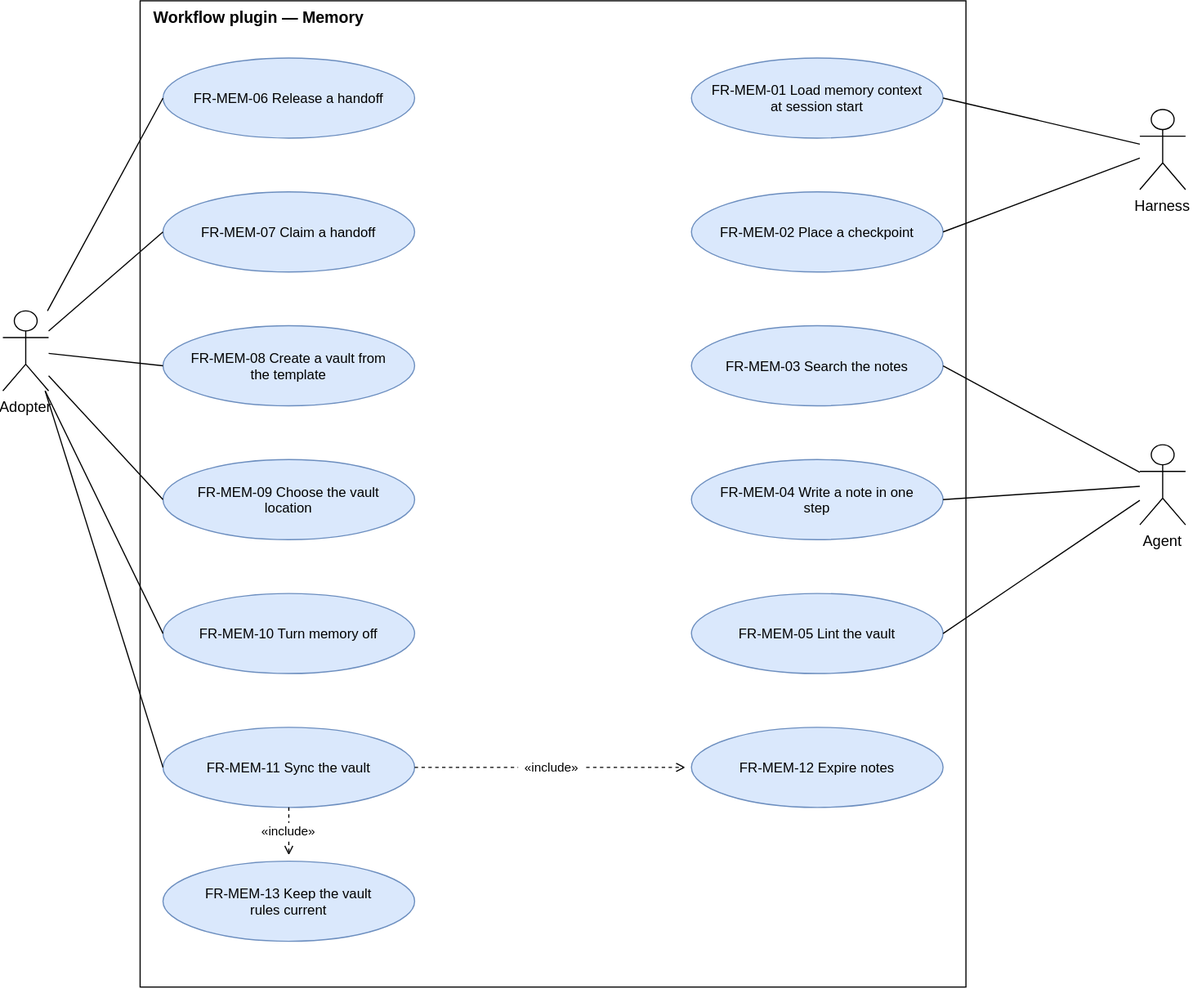
Earlier version of the draw.io export docs/requirements/diagrams/use-cases-memory.drawio.svg (ATNexusLab/tightship). Source tidied: cells renumbered, new cells last; positions are measured from the earlier drawing's top-left corner, leaving out a move shared by most shapes.
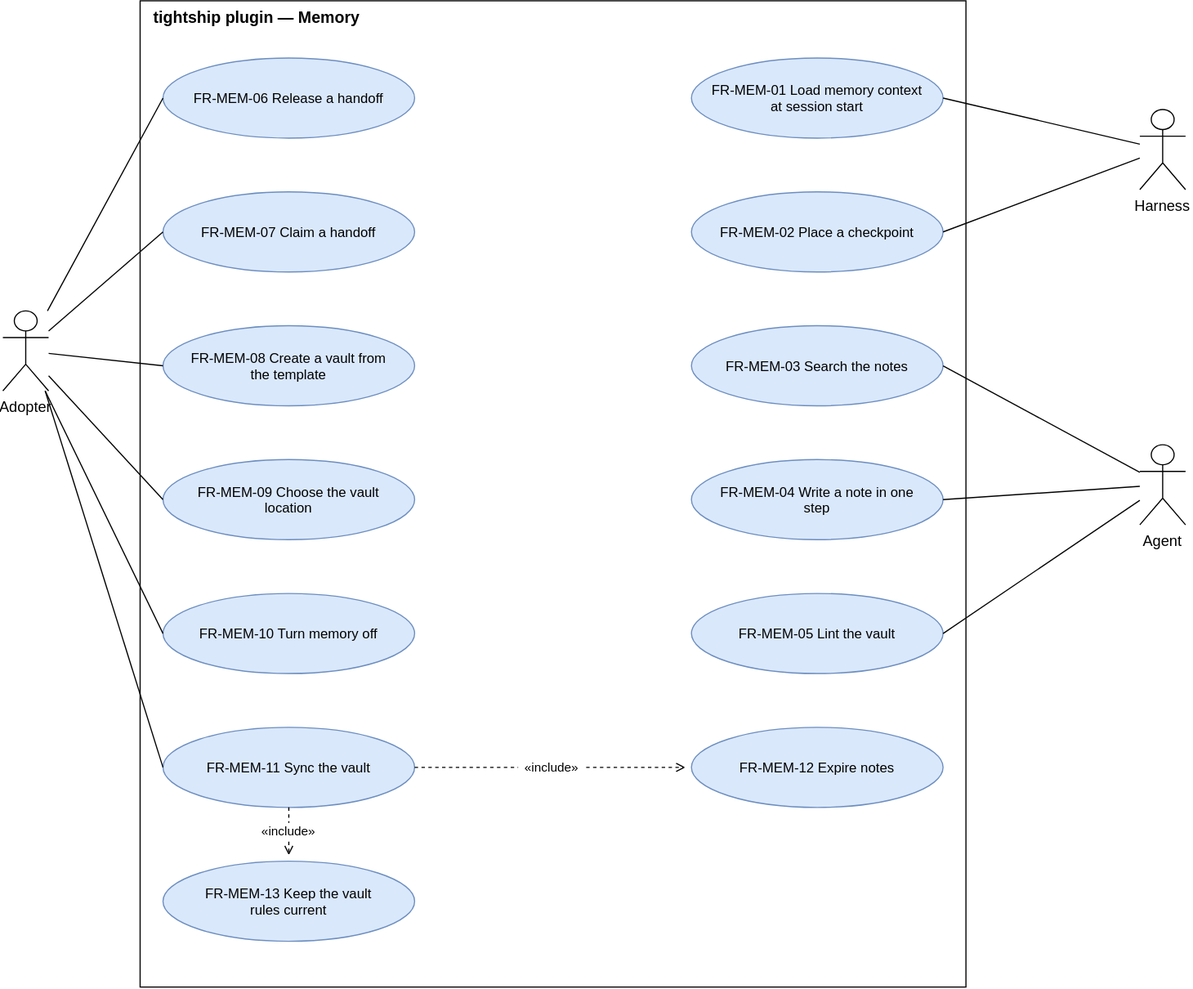
After the change.

Commit message:
docs: name the plugin tightship in the diagrams

Change to the diagram source:
```diff
@@ -2,7 +2,7 @@
   <root>
     <mxCell id="0" />
     <mxCell id="1" parent="0" />
-    <mxCell id="2" value="Workflow plugin — Memory" style="rounded=0;fillColor=none;verticalAlign=top;align=left;spacingLeft=10;fontStyle=1;fontSize=14;html=0;" parent="1" vertex="1">
+    <mxCell id="2" value="tightship plugin — Memory" style="rounded=0;fillColor=none;verticalAlign=top;align=left;spacingLeft=10;fontStyle=1;fontSize=14;html=0;" parent="1" vertex="1">
       <mxGeometry x="120" width="722" height="862" as="geometry" />
     </mxCell>
     <mxCell id="3" value="FR-MEM-06 Release a handoff" style="ellipse;fontSize=12;fillColor=#dae8fc;strokeColor=#6c8ebf;html=0;" parent="1" vertex="1">
```
